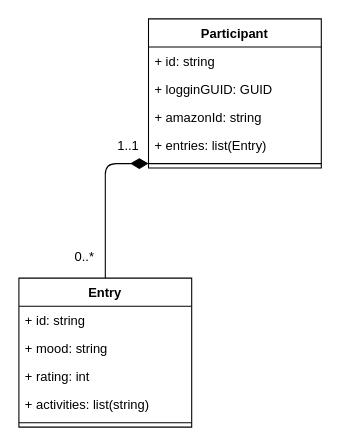
The draw.io diagram designs/uml/ClassDiagrams.drawio in Brawrdon/IsThisAMood, before the edit. Source tidied: cells renumbered, new cells numbered last; positions are measured from the earlier drawing's top-left corner, leaving out a move shared by most shapes. Both pictures are drawn from the tidied source at 108%, with x=0, y=0 at pixel (18, 18).
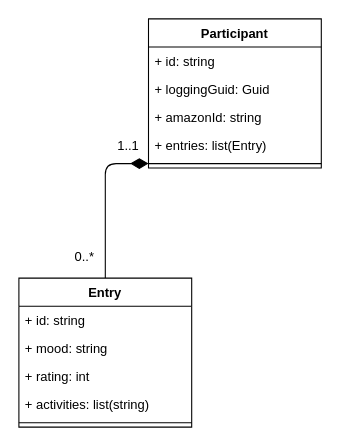
Above is the later version.

Diff of the diagram source:
```diff
@@
 <mxGraphModel>
   <root>
     <mxCell id="0" />
     <mxCell id="1" parent="0" />
     <mxCell id="2" value="Participant" style="swimlane;fontStyle=1;align=center;verticalAlign=top;horizontal=1;startSize=26;" parent="1" vertex="1">
       <mxGeometry x="120" width="160" height="138" as="geometry" />
     </mxCell>
     <mxCell id="3" value="+ id: string" style="text;strokeColor=none;fillColor=none;align=left;verticalAlign=top;spacingLeft=4;spacingRight=4;overflow=hidden;" parent="2" vertex="1">
       <mxGeometry y="26" width="160" height="26" as="geometry" />
     </mxCell>
-    <mxCell id="4" value="+ logginGUID: GUID" style="text;strokeColor=none;fillColor=none;align=left;verticalAlign=top;spacingLeft=4;spacingRight=4;overflow=hidden;" parent="2" vertex="1">
+    <mxCell id="4" value="+ loggingGuid: Guid" style="text;strokeColor=none;fillColor=none;align=left;verticalAlign=top;spacingLeft=4;spacingRight=4;overflow=hidden;" parent="2" vertex="1">
       <mxGeometry y="52" width="160" height="26" as="geometry" />
     </mxCell>
     <mxCell id="5" value="+ amazonId: string" style="text;strokeColor=none;fillColor=none;align=left;verticalAlign=top;spacingLeft=4;spacingRight=4;overflow=hidden;" parent="2" vertex="1">
       <mxGeometry y="78" width="160" height="26" as="geometry" />
     </mxCell>
     <mxCell id="6" value="+ entries: list(Entry)" style="text;strokeColor=none;fillColor=none;align=left;verticalAlign=top;spacingLeft=4;spacingRight=4;overflow=hidden;" parent="2" vertex="1">
       <mxGeometry y="104" width="160" height="26" as="geometry" />
     </mxCell>
     <mxCell id="7" style="line;strokeWidth=1;fillColor=none;align=left;verticalAlign=middle;spacingTop=-1;spacingLeft=3;spacingRight=3;labelPosition=right;points=[];portConstraint=eastwest;" parent="2" vertex="1">
       <mxGeometry y="130" width="160" height="8" as="geometry" />
     </mxCell>
     <mxCell id="8" value="Entry" style="swimlane;fontStyle=1;align=center;verticalAlign=top;horizontal=1;startSize=26;" parent="1" vertex="1">
       <mxGeometry y="240" width="160" height="138" as="geometry" />
     </mxCell>
     <mxCell id="9" value="+ id: string" style="text;strokeColor=none;fillColor=none;align=left;verticalAlign=top;spacingLeft=4;spacingRight=4;overflow=hidden;" parent="8" vertex="1">
       <mxGeometry y="26" width="160" height="26" as="geometry" />
     </mxCell>
     <mxCell id="10" value="+ mood: string" style="text;strokeColor=none;fillColor=none;align=left;verticalAlign=top;spacingLeft=4;spacingRight=4;overflow=hidden;" parent="8" vertex="1">
       <mxGeometry y="52" width="160" height="26" as="geometry" />
     </mxCell>
     <mxCell id="11" value="+ rating: int" style="text;strokeColor=none;fillColor=none;align=left;verticalAlign=top;spacingLeft=4;spacingRight=4;overflow=hidden;" parent="8" vertex="1">
       <mxGeometry y="78" width="160" height="26" as="geometry" />
     </mxCell>
     <mxCell id="12" value="+ activities: list(string)" style="text;strokeColor=none;fillColor=none;align=left;verticalAlign=top;spacingLeft=4;spacingRight=4;overflow=hidden;" parent="8" vertex="1">
       <mxGeometry y="104" width="160" height="26" as="geometry" />
     </mxCell>
     <mxCell id="13" style="line;strokeWidth=1;fillColor=none;align=left;verticalAlign=middle;spacingTop=-1;spacingLeft=3;spacingRight=3;labelPosition=right;" parent="8" vertex="1">
       <mxGeometry y="130" width="160" height="8" as="geometry" />
     </mxCell>
     <mxCell id="14" value="&lt;font style=&quot;font-size: 12px&quot;&gt;0..*&lt;/font&gt;" style="endArrow=none;html=1;endSize=12;startArrow=diamondThin;startSize=14;startFill=1;edgeStyle=orthogonalEdgeStyle;align=left;verticalAlign=bottom;entryX=0.5;entryY=0;entryDx=0;entryDy=0;endFill=0;" parent="1" edge="1" source="7" target="8">
       <mxGeometry x="0.86" y="-30" relative="1" as="geometry" />
     </mxCell>
     <mxCell id="15" value="1..1" style="text;html=1;align=center;verticalAlign=middle;labelBackgroundColor=#ffffff;" parent="14" vertex="1">
       <mxGeometry x="-0.6" y="-2" relative="1" as="geometry">
         <mxPoint x="9" y="-15" as="offset" />
       </mxGeometry>
     </mxCell>
   </root>
 </mxGraphModel>
```
